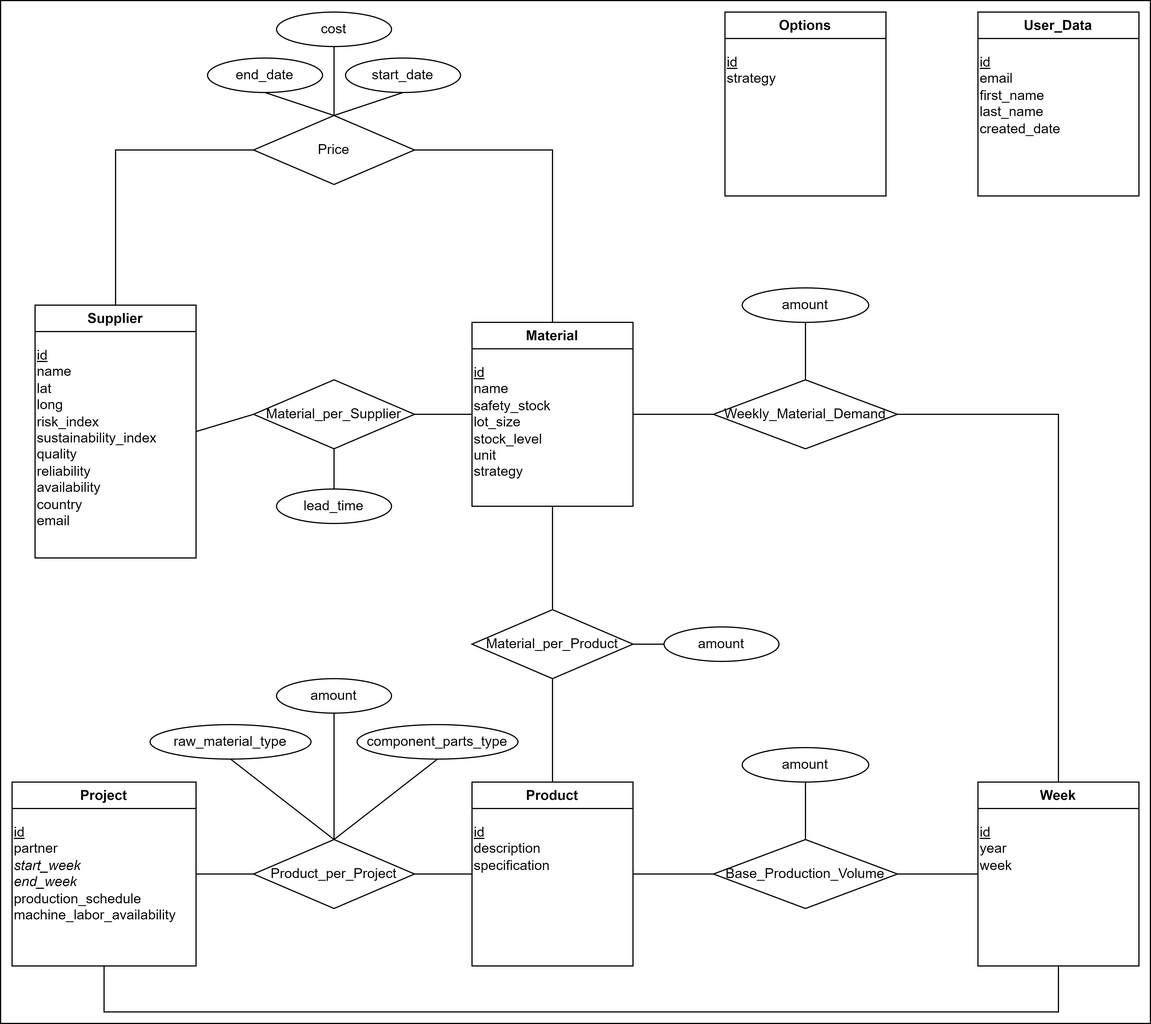
The draw.io diagram lib/images/UML.drawio.png in DERBersk/batteryapi, before a commit. Source tidied: cells renumbered, new cells last; positions are measured from the earlier drawing's top-left corner, leaving out a move shared by most shapes.
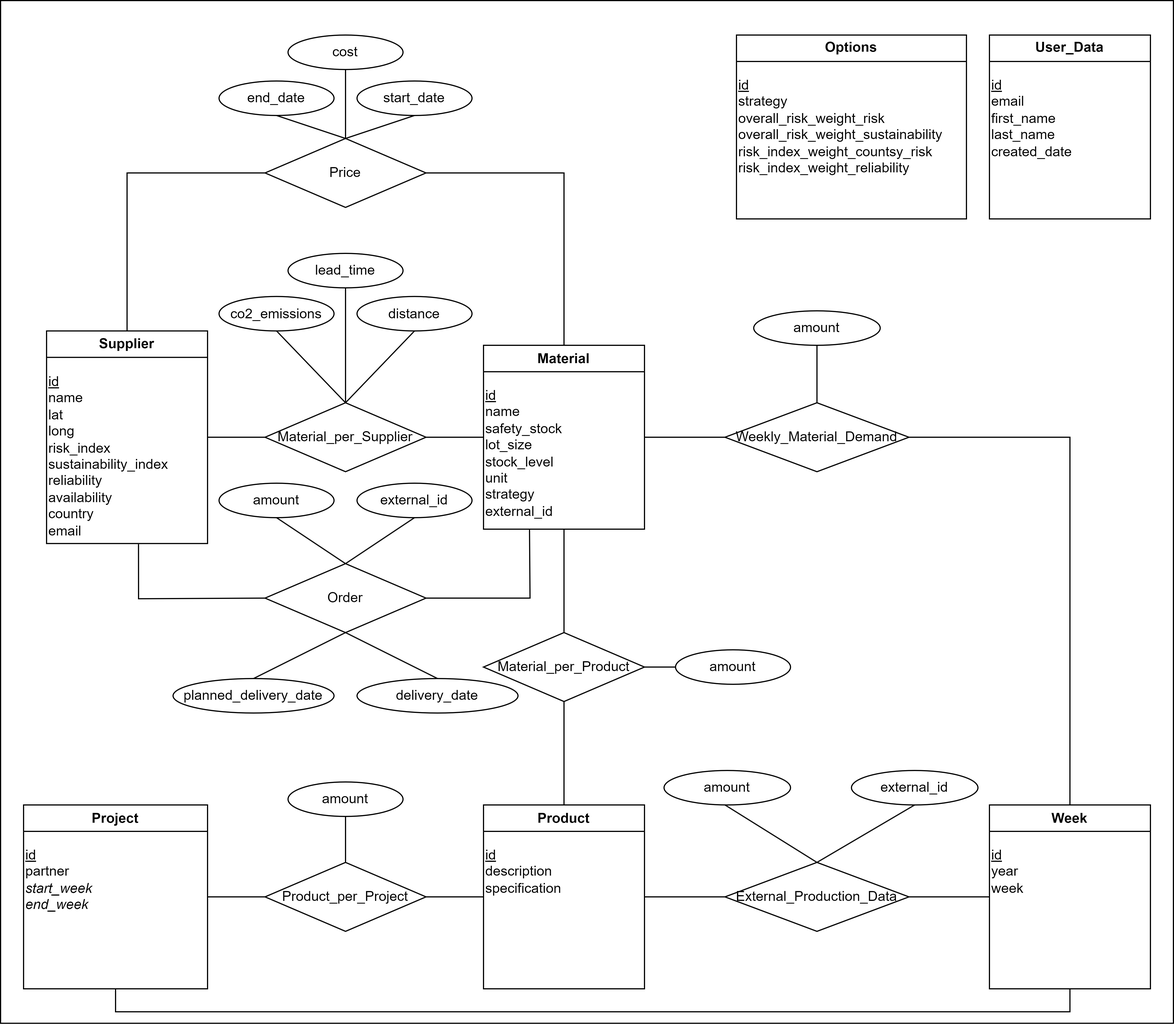
Above is the later version.

Diff of the diagram source:
```diff
@@ -3,13 +3,13 @@
     <mxCell id="0" />
     <mxCell id="1" parent="0" />
     <mxCell id="2" style="rounded=0;whiteSpace=wrap;html=1;fillColor=none;" parent="1" vertex="1">
-      <mxGeometry width="1000" height="890" as="geometry" />
+      <mxGeometry x="-10" y="-20" width="1020" height="890" as="geometry" />
     </mxCell>
     <mxCell id="3" value="Supplier" style="swimlane;whiteSpace=wrap;html=1;" parent="1" vertex="1">
-      <mxGeometry x="30" y="265" width="140" height="220" as="geometry" />
+      <mxGeometry x="30" y="267.5" width="140" height="185" as="geometry" />
     </mxCell>
-    <mxCell id="4" value="&lt;u&gt;id&lt;br&gt;&lt;/u&gt;name&lt;br&gt;&lt;div style=&quot;&quot;&gt;&lt;span style=&quot;background-color: initial;&quot;&gt;lat&lt;/span&gt;&lt;/div&gt;&lt;div style=&quot;&quot;&gt;&lt;span style=&quot;background-color: initial;&quot;&gt;long&lt;/span&gt;&lt;/div&gt;&lt;div style=&quot;&quot;&gt;&lt;span style=&quot;background-color: initial;&quot;&gt;risk_index&lt;/span&gt;&lt;/div&gt;&lt;div style=&quot;&quot;&gt;&lt;span style=&quot;background-color: initial;&quot;&gt;sustainability_index&lt;/span&gt;&lt;/div&gt;&lt;div style=&quot;&quot;&gt;&lt;span style=&quot;background-color: initial;&quot;&gt;quality&lt;/span&gt;&lt;/div&gt;&lt;div style=&quot;&quot;&gt;&lt;span style=&quot;background-color: initial;&quot;&gt;reliability&lt;/span&gt;&lt;/div&gt;&lt;div style=&quot;&quot;&gt;&lt;span style=&quot;background-color: initial;&quot;&gt;availability&lt;/span&gt;&lt;/div&gt;&lt;div style=&quot;&quot;&gt;&lt;span style=&quot;background-color: initial;&quot;&gt;country&lt;/span&gt;&lt;/div&gt;&lt;div style=&quot;&quot;&gt;&lt;span style=&quot;background-color: initial;&quot;&gt;email&lt;/span&gt;&lt;/div&gt;&lt;div style=&quot;&quot;&gt;&lt;span style=&quot;background-color: initial;&quot;&gt;&lt;br&gt;&lt;/span&gt;&lt;/div&gt;" style="text;html=1;align=left;verticalAlign=top;points=[];strokeColor=none;fillColor=none;" parent="3" vertex="1">
-      <mxGeometry y="30" width="130" height="190" as="geometry" />
+    <mxCell id="4" value="&lt;u&gt;id&lt;br&gt;&lt;/u&gt;name&lt;br&gt;&lt;div style=&quot;&quot;&gt;&lt;span style=&quot;background-color: initial;&quot;&gt;lat&lt;/span&gt;&lt;/div&gt;&lt;div style=&quot;&quot;&gt;&lt;span style=&quot;background-color: initial;&quot;&gt;long&lt;/span&gt;&lt;/div&gt;&lt;div style=&quot;&quot;&gt;&lt;span style=&quot;background-color: initial;&quot;&gt;risk_index&lt;/span&gt;&lt;/div&gt;&lt;div style=&quot;&quot;&gt;&lt;span style=&quot;background-color: initial;&quot;&gt;sustainability_index&lt;/span&gt;&lt;/div&gt;&lt;div style=&quot;&quot;&gt;&lt;span style=&quot;background-color: initial;&quot;&gt;reliability&lt;/span&gt;&lt;/div&gt;&lt;div style=&quot;&quot;&gt;&lt;span style=&quot;background-color: initial;&quot;&gt;availability&lt;/span&gt;&lt;/div&gt;&lt;div style=&quot;&quot;&gt;&lt;span style=&quot;background-color: initial;&quot;&gt;country&lt;/span&gt;&lt;/div&gt;&lt;div style=&quot;&quot;&gt;&lt;span style=&quot;background-color: initial;&quot;&gt;email&lt;/span&gt;&lt;/div&gt;&lt;div style=&quot;&quot;&gt;&lt;span style=&quot;background-color: initial;&quot;&gt;&lt;br&gt;&lt;/span&gt;&lt;/div&gt;" style="text;html=1;align=left;verticalAlign=top;points=[];strokeColor=none;fillColor=none;" parent="3" vertex="1">
+      <mxGeometry y="30" width="130" height="170" as="geometry" />
     </mxCell>
     <mxCell id="5" style="edgeStyle=orthogonalEdgeStyle;rounded=0;jettySize=auto;html=1;exitX=1;exitY=0.5;exitDx=0;exitDy=0;entryX=0;entryY=0.5;entryDx=0;entryDy=0;endArrow=none;endFill=0;" parent="1" edge="1" source="6" target="52">
       <mxGeometry relative="1" as="geometry" />
@@ -17,8 +17,8 @@
     <mxCell id="6" value="Material" style="swimlane;whiteSpace=wrap;html=1;" parent="1" vertex="1">
       <mxGeometry x="410" y="280" width="140" height="160" as="geometry" />
     </mxCell>
-    <mxCell id="7" value="&lt;u&gt;id&lt;br&gt;&lt;/u&gt;name&lt;br&gt;&lt;div style=&quot;&quot;&gt;safety_stock&lt;/div&gt;&lt;div style=&quot;&quot;&gt;lot_size&lt;/div&gt;&lt;div style=&quot;&quot;&gt;stock_level&lt;/div&gt;&lt;div style=&quot;&quot;&gt;unit&lt;/div&gt;&lt;div style=&quot;&quot;&gt;strategy&lt;/div&gt;" style="text;html=1;align=left;verticalAlign=top;strokeColor=none;fillColor=none;" parent="6" vertex="1">
-      <mxGeometry y="30" width="90" height="110" as="geometry" />
+    <mxCell id="7" value="&lt;u&gt;id&lt;br&gt;&lt;/u&gt;name&lt;br&gt;&lt;div style=&quot;&quot;&gt;safety_stock&lt;/div&gt;&lt;div style=&quot;&quot;&gt;lot_size&lt;/div&gt;&lt;div style=&quot;&quot;&gt;stock_level&lt;/div&gt;&lt;div style=&quot;&quot;&gt;unit&lt;/div&gt;&lt;div style=&quot;&quot;&gt;strategy&lt;/div&gt;&lt;div style=&quot;&quot;&gt;external_id&lt;/div&gt;" style="text;html=1;align=left;verticalAlign=top;strokeColor=none;fillColor=none;" parent="6" vertex="1">
+      <mxGeometry y="30" width="90" height="130" as="geometry" />
     </mxCell>
     <mxCell id="8" value="Product" style="swimlane;whiteSpace=wrap;html=1;" parent="1" vertex="1">
       <mxGeometry x="410" y="680" width="140" height="160" as="geometry" />
@@ -29,16 +29,16 @@
     <mxCell id="10" style="edgeStyle=orthogonalEdgeStyle;rounded=0;jettySize=auto;html=1;exitX=0.5;exitY=1;exitDx=0;exitDy=0;entryX=0.5;entryY=1;entryDx=0;entryDy=0;endArrow=none;endFill=0;" parent="1" edge="1" source="11" target="43">
       <mxGeometry relative="1" as="geometry">
         <Array as="points">
-          <mxPoint x="90" y="880" />
-          <mxPoint x="920" y="880" />
+          <mxPoint x="90" y="860" />
+          <mxPoint x="920" y="860" />
         </Array>
       </mxGeometry>
     </mxCell>
     <mxCell id="11" value="Project" style="swimlane;whiteSpace=wrap;html=1;" parent="1" vertex="1">
       <mxGeometry x="10" y="680" width="160" height="160" as="geometry" />
     </mxCell>
-    <mxCell id="12" value="&lt;u&gt;id&lt;br&gt;&lt;/u&gt;partner&lt;br&gt;&lt;i&gt;start_week&lt;br&gt;end_week&lt;/i&gt;&lt;br&gt;production_schedule&lt;br&gt;machine_labor_availability" style="text;html=1;align=left;verticalAlign=top;strokeColor=none;fillColor=none;" parent="11" vertex="1">
-      <mxGeometry y="30" width="160" height="100" as="geometry" />
+    <mxCell id="12" value="&lt;u&gt;id&lt;br&gt;&lt;/u&gt;partner&lt;br&gt;&lt;i&gt;start_week&lt;br&gt;end_week&lt;/i&gt;" style="text;html=1;align=left;verticalAlign=top;strokeColor=none;fillColor=none;" parent="11" vertex="1">
+      <mxGeometry y="30" width="80" height="70" as="geometry" />
     </mxCell>
     <mxCell id="13" value="Price" style="rhombus;whiteSpace=wrap;html=1;" parent="1" vertex="1">
       <mxGeometry x="220" y="100" width="140" height="60" as="geometry" />
@@ -91,10 +91,12 @@
       </mxGeometry>
     </mxCell>
     <mxCell id="27" value="lead_time" style="ellipse;whiteSpace=wrap;html=1;" parent="1" vertex="1">
-      <mxGeometry x="240" y="425" width="100" height="30" as="geometry" />
+      <mxGeometry x="240" y="200" width="100" height="30" as="geometry" />
     </mxCell>
-    <mxCell id="28" style="endArrow=none;html=1;rounded=0;entryX=0.5;entryY=1;entryDx=0;entryDy=0;exitX=0.5;exitY=0;exitDx=0;exitDy=0;" parent="1" edge="1" source="27" target="14">
-      <mxGeometry relative="1" as="geometry" />
+    <mxCell id="28" style="endArrow=none;html=1;rounded=0;exitX=0.5;exitY=1;exitDx=0;exitDy=0;" parent="1" edge="1" source="27">
+      <mxGeometry relative="1" as="geometry">
+        <mxPoint x="290" y="330" as="targetPoint" />
+      </mxGeometry>
     </mxCell>
     <mxCell id="29" value="amount" style="ellipse;whiteSpace=wrap;html=1;" parent="1" vertex="1">
       <mxGeometry x="577" y="545" width="100" height="30" as="geometry" />
@@ -117,43 +119,23 @@
     <mxCell id="35" style="endArrow=none;html=1;rounded=0;entryX=0.5;entryY=0;entryDx=0;entryDy=0;exitX=0.5;exitY=1;exitDx=0;exitDy=0;" parent="1" edge="1" source="34" target="13">
       <mxGeometry relative="1" as="geometry" />
     </mxCell>
-    <mxCell id="36" style="endArrow=none;html=1;rounded=0;entryX=0.5;entryY=0;entryDx=0;entryDy=0;exitX=0.5;exitY=1;exitDx=0;exitDy=0;" parent="1" edge="1" source="33" target="13">
-      <mxGeometry relative="1" as="geometry" />
-    </mxCell>
     <mxCell id="37" style="edgeStyle=orthogonalEdgeStyle;rounded=0;jettySize=auto;html=1;exitX=0.5;exitY=1;exitDx=0;exitDy=0;entryX=0.5;entryY=0;entryDx=0;entryDy=0;endArrow=none;endFill=0;" parent="1" edge="1" source="38" target="16">
       <mxGeometry relative="1" as="geometry" />
     </mxCell>
     <mxCell id="38" value="amount" style="ellipse;whiteSpace=wrap;html=1;" parent="1" vertex="1">
-      <mxGeometry x="240" y="590" width="100" height="30" as="geometry" />
+      <mxGeometry x="240" y="660" width="100" height="30" as="geometry" />
     </mxCell>
-    <mxCell id="39" value="raw_material_type" style="ellipse;whiteSpace=wrap;html=1;" parent="1" vertex="1">
-      <mxGeometry x="130" y="630" width="140" height="30" as="geometry" />
-    </mxCell>
-    <mxCell id="40" value="component_parts_type" style="ellipse;whiteSpace=wrap;html=1;" parent="1" vertex="1">
-      <mxGeometry x="310" y="630" width="140" height="30" as="geometry" />
-    </mxCell>
-    <mxCell id="41" style="endArrow=none;html=1;rounded=0;entryX=0.5;entryY=1;entryDx=0;entryDy=0;exitX=0.5;exitY=0;exitDx=0;exitDy=0;" parent="1" edge="1" source="16" target="40">
-      <mxGeometry relative="1" as="geometry" />
-    </mxCell>
-    <mxCell id="42" style="endArrow=none;html=1;rounded=0;entryX=0.5;entryY=1;entryDx=0;entryDy=0;" parent="1" edge="1" target="39">
-      <mxGeometry relative="1" as="geometry">
-        <mxPoint x="290" y="730" as="sourcePoint" />
-      </mxGeometry>
-    </mxCell>
     <mxCell id="43" value="Week" style="swimlane;whiteSpace=wrap;html=1;" parent="1" vertex="1">
       <mxGeometry x="850" y="680" width="140" height="160" as="geometry" />
     </mxCell>
     <mxCell id="44" value="&lt;u&gt;id&lt;br&gt;&lt;/u&gt;year&lt;br&gt;week" style="text;html=1;align=left;verticalAlign=top;strokeColor=none;fillColor=none;" parent="43" vertex="1">
       <mxGeometry y="30" width="50" height="60" as="geometry" />
     </mxCell>
-    <mxCell id="45" style="edgeStyle=orthogonalEdgeStyle;rounded=0;jettySize=auto;html=1;endArrow=none;endFill=0;" parent="1" edge="1" source="46" target="47">
-      <mxGeometry relative="1" as="geometry" />
-    </mxCell>
-    <mxCell id="46" value="Base_Production_Volume" style="rhombus;whiteSpace=wrap;html=1;" parent="1" vertex="1">
+    <mxCell id="46" value="External_Production_Data" style="rhombus;whiteSpace=wrap;html=1;" parent="1" vertex="1">
       <mxGeometry x="620" y="730" width="160" height="60" as="geometry" />
     </mxCell>
-    <mxCell id="47" value="amount" style="ellipse;whiteSpace=wrap;html=1;" parent="1" vertex="1">
-      <mxGeometry x="645" y="650" width="110" height="30" as="geometry" />
+    <mxCell id="47" value="external_id" style="ellipse;whiteSpace=wrap;html=1;" parent="1" vertex="1">
+      <mxGeometry x="730" y="650" width="110" height="30" as="geometry" />
     </mxCell>
     <mxCell id="48" style="endArrow=none;html=1;rounded=0;exitX=0;exitY=0.5;exitDx=0;exitDy=0;entryX=1;entryY=0.5;entryDx=0;entryDy=0;" parent="1" edge="1" source="46" target="8">
       <mxGeometry relative="1" as="geometry" />
@@ -174,10 +156,75 @@
       <mxGeometry x="645" y="250" width="110" height="30" as="geometry" />
     </mxCell>
     <mxCell id="54" value="Options" style="swimlane;whiteSpace=wrap;html=1;" parent="1" vertex="1">
-      <mxGeometry x="630" y="10" width="140" height="160" as="geometry" />
+      <mxGeometry x="630" y="10" width="200" height="160" as="geometry" />
     </mxCell>
-    <mxCell id="55" value="&lt;u&gt;id&lt;br&gt;&lt;/u&gt;strategy" style="text;html=1;align=left;verticalAlign=top;strokeColor=none;fillColor=none;" parent="54" vertex="1">
-      <mxGeometry y="30" width="70" height="40" as="geometry" />
+    <mxCell id="55" value="&lt;u&gt;id&lt;br&gt;&lt;/u&gt;strategy&lt;br&gt;overall_risk_weight_risk&lt;br&gt;overall_risk_weight_sustainability&lt;br&gt;risk_index_weight_countsy_risk&lt;br&gt;risk_index_weight_reliability" style="text;html=1;align=left;verticalAlign=top;strokeColor=none;fillColor=none;" parent="54" vertex="1">
+      <mxGeometry y="30" width="200" height="100" as="geometry" />
     </mxCell>
+    <mxCell id="56" value="amount" style="ellipse;whiteSpace=wrap;html=1;" parent="1" vertex="1">
+      <mxGeometry x="567" y="650" width="110" height="30" as="geometry" />
+    </mxCell>
+    <mxCell id="57" style="endArrow=none;html=1;rounded=0;entryX=0.5;entryY=0;entryDx=0;entryDy=0;" parent="1" edge="1" target="46">
+      <mxGeometry relative="1" as="geometry">
+        <mxPoint x="620" y="680" as="sourcePoint" />
+      </mxGeometry>
+    </mxCell>
+    <mxCell id="58" style="endArrow=none;html=1;rounded=0;entryX=0.5;entryY=0;entryDx=0;entryDy=0;exitX=0.5;exitY=1;exitDx=0;exitDy=0;" parent="1" edge="1" source="47" target="46">
+      <mxGeometry relative="1" as="geometry" />
+    </mxCell>
+    <mxCell id="59" value="co2_emissions" style="ellipse;whiteSpace=wrap;html=1;" parent="1" vertex="1">
+      <mxGeometry x="180" y="237.5" width="100" height="30" as="geometry" />
+    </mxCell>
+    <mxCell id="60" value="distance" style="ellipse;whiteSpace=wrap;html=1;" parent="1" vertex="1">
+      <mxGeometry x="300" y="237.5" width="100" height="30" as="geometry" />
+    </mxCell>
+    <mxCell id="61" style="endArrow=none;html=1;rounded=0;entryX=0.5;entryY=1;entryDx=0;entryDy=0;exitX=0.5;exitY=0;exitDx=0;exitDy=0;" parent="1" edge="1" source="14" target="60">
+      <mxGeometry relative="1" as="geometry" />
+    </mxCell>
+    <mxCell id="62" style="endArrow=none;html=1;rounded=0;entryX=0.5;entryY=1;entryDx=0;entryDy=0;" parent="1" edge="1" target="59">
+      <mxGeometry relative="1" as="geometry">
+        <mxPoint x="290" y="330" as="sourcePoint" />
+      </mxGeometry>
+    </mxCell>
+    <mxCell id="63" value="Order" style="rhombus;whiteSpace=wrap;html=1;" parent="1" vertex="1">
+      <mxGeometry x="220" y="470" width="140" height="60" as="geometry" />
+    </mxCell>
+    <mxCell id="64" style="edgeStyle=orthogonalEdgeStyle;rounded=0;jettySize=auto;html=1;entryX=0.615;entryY=0.915;entryDx=0;entryDy=0;entryPerimeter=0;endArrow=none;endFill=0;" parent="1" edge="1" target="4">
+      <mxGeometry relative="1" as="geometry">
+        <mxPoint x="220" y="500" as="sourcePoint" />
+      </mxGeometry>
+    </mxCell>
+    <mxCell id="65" style="edgeStyle=orthogonalEdgeStyle;rounded=0;jettySize=auto;html=1;exitX=1;exitY=0.5;exitDx=0;exitDy=0;endArrow=none;endFill=0;" parent="1" edge="1" source="63">
+      <mxGeometry relative="1" as="geometry">
+        <mxPoint x="450" y="440" as="targetPoint" />
+      </mxGeometry>
+    </mxCell>
+    <mxCell id="66" value="amount" style="ellipse;whiteSpace=wrap;html=1;" parent="1" vertex="1">
+      <mxGeometry x="180" y="400" width="100" height="30" as="geometry" />
+    </mxCell>
+    <mxCell id="67" value="planned_delivery_date" style="ellipse;whiteSpace=wrap;html=1;" parent="1" vertex="1">
+      <mxGeometry x="140" y="570" width="140" height="30" as="geometry" />
+    </mxCell>
+    <mxCell id="36" style="endArrow=none;html=1;rounded=0;entryX=0.5;entryY=0;entryDx=0;entryDy=0;exitX=0.5;exitY=1;exitDx=0;exitDy=0;" parent="1" edge="1" source="33" target="13">
+      <mxGeometry relative="1" as="geometry" />
+    </mxCell>
+    <mxCell id="68" style="endArrow=none;html=1;rounded=0;entryX=0.5;entryY=0;entryDx=0;entryDy=0;exitX=0.5;exitY=1;exitDx=0;exitDy=0;" parent="1" edge="1" source="66" target="63">
+      <mxGeometry relative="1" as="geometry" />
+    </mxCell>
+    <mxCell id="69" style="endArrow=none;html=1;rounded=0;entryX=0.5;entryY=1;entryDx=0;entryDy=0;exitX=0.5;exitY=0;exitDx=0;exitDy=0;" parent="1" edge="1" source="67" target="63">
+      <mxGeometry relative="1" as="geometry" />
+    </mxCell>
+    <mxCell id="70" value="delivery_date" style="ellipse;whiteSpace=wrap;html=1;" parent="1" vertex="1">
+      <mxGeometry x="300" y="570" width="140" height="30" as="geometry" />
+    </mxCell>
+    <mxCell id="71" style="endArrow=none;html=1;rounded=0;entryX=0.5;entryY=0;entryDx=0;entryDy=0;exitX=0.5;exitY=1;exitDx=0;exitDy=0;" parent="1" edge="1" source="63" target="70">
+      <mxGeometry relative="1" as="geometry" />
+    </mxCell>
+    <mxCell id="72" value="external_id" style="ellipse;whiteSpace=wrap;html=1;" parent="1" vertex="1">
+      <mxGeometry x="300" y="400" width="100" height="30" as="geometry" />
+    </mxCell>
+    <mxCell id="73" style="endArrow=none;html=1;rounded=0;entryX=0.5;entryY=0;entryDx=0;entryDy=0;exitX=0.5;exitY=1;exitDx=0;exitDy=0;" parent="1" edge="1" source="72" target="63">
+      <mxGeometry relative="1" as="geometry" />
+    </mxCell>
   </root>
 </mxGraphModel>
```
